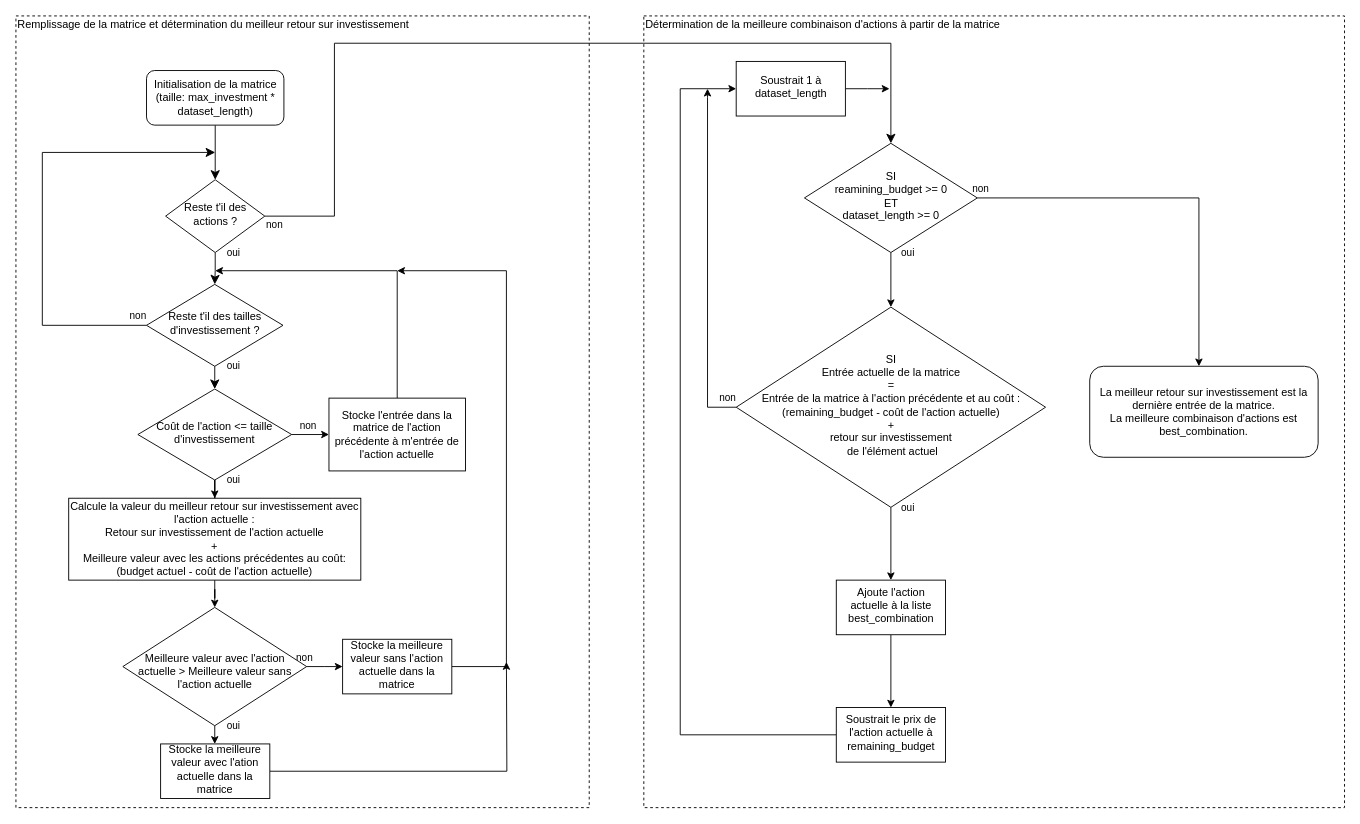
This is Docs/Organigramme FR.drawio from YoannDeb/AlgoInvest, a draw.io file, before an edit. Source tidied: cells renumbered, new cells numbered last; positions are measured from the earlier drawing's top-left corner, leaving out a move shared by most shapes. Both pictures are drawn from the tidied source at 91%, with x=0, y=0 at pixel (15, 15).
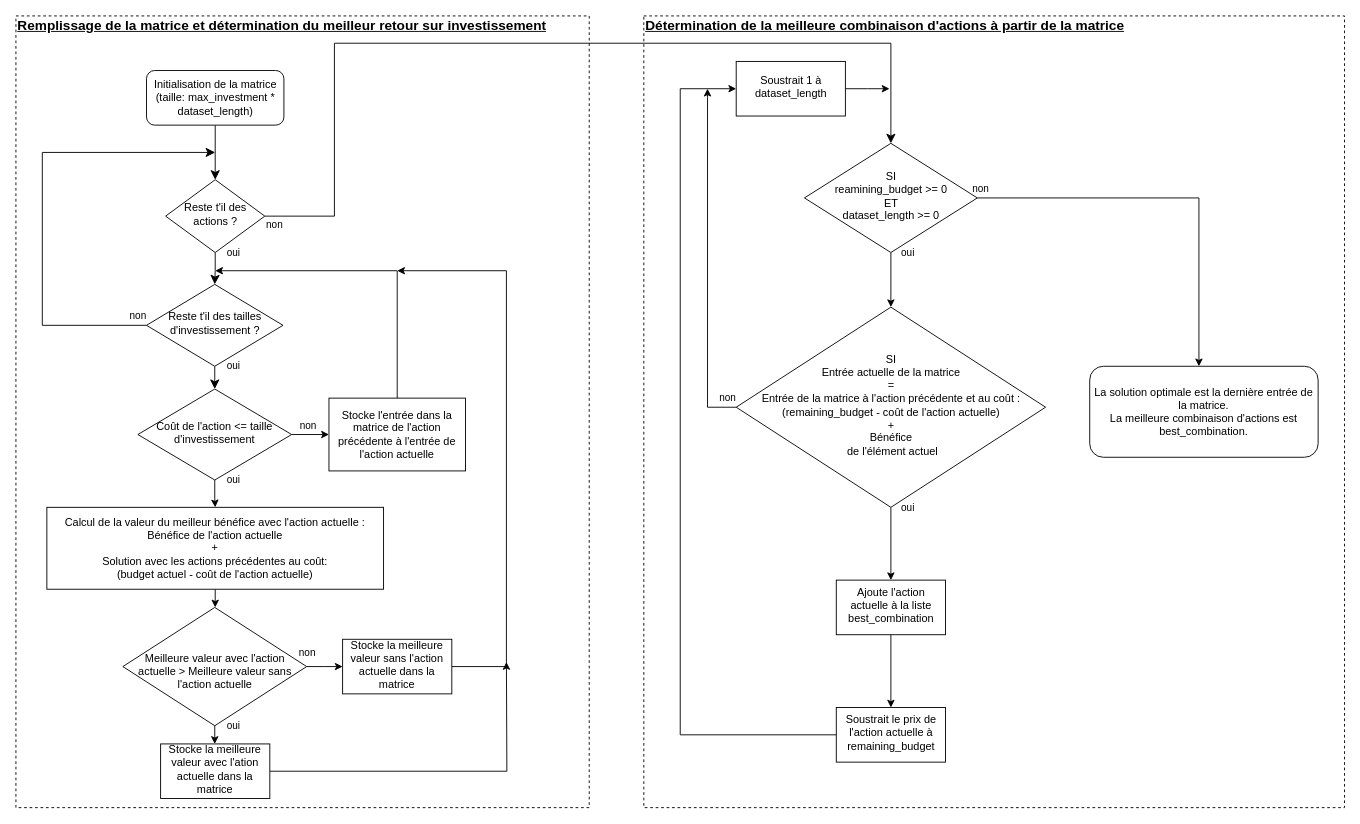
The same diagram, later.

Unchanged cells that the change refers to:
```xml
<mxCell id="32" value="&lt;br&gt;Meilleure valeur avec l'action actuelle &amp;gt; Meilleure valeur sans l'action actuelle" style="rhombus;whiteSpace=wrap;html=1;shadow=0;fontFamily=Helvetica;fontSize=12;align=center;strokeWidth=1;spacing=6;spacingTop=-4;" parent="1" vertex="1">
  <mxGeometry x="117.5" y="650" width="202" height="130" as="geometry" />
</mxCell>
<mxCell id="36" value="&lt;span&gt;Stocke la meilleure valeur sans l'action actuelle dans la matrice&lt;/span&gt;" style="whiteSpace=wrap;html=1;shadow=0;strokeWidth=1;spacing=6;spacingTop=-4;" parent="1" vertex="1">
  <mxGeometry x="359" y="685" width="120" height="60" as="geometry" />
</mxCell>
```

Diff of the diagram source:
```diff
@@
-    <mxCell id="12" value="Calcule la valeur du meilleur retour sur investissement avec l'action actuelle :&lt;br&gt;Retour sur investissement de l'action actuelle&lt;br&gt;+&lt;br&gt;Meilleure valeur avec les actions précédentes au coût: (budget actuel - coût de l'action actuelle)&lt;br&gt;" style="rounded=0;whiteSpace=wrap;html=1;" parent="1" vertex="1">
-      <mxGeometry x="58" y="530" width="321" height="90" as="geometry" />
+    <mxCell id="12" value="Calcul de la valeur du meilleur bénéfice avec l'action actuelle :&lt;br&gt;Bénéfice de l'action actuelle&lt;br&gt;+&lt;br&gt;Solution avec les actions précédentes au coût:&lt;br&gt;(budget actuel - coût de l'action actuelle)" style="rounded=0;whiteSpace=wrap;html=1;" parent="1" vertex="1">
+      <mxGeometry x="34" y="540" width="370" height="90" as="geometry" />
     </mxCell>
@@
-    <mxCell id="17" value="Stocke l'entrée dans la matrice de l'action précédente à m'entrée de l'action actuelle" style="rounded=0;whiteSpace=wrap;html=1;" parent="1" vertex="1">
+    <mxCell id="17" value="Stocke l'entrée dans la matrice de l'action précédente à l'entrée de l'action actuelle" style="rounded=0;whiteSpace=wrap;html=1;" parent="1" vertex="1">
       <mxGeometry x="344" y="420" width="150" height="80" as="geometry" />
     </mxCell>
@@
-    <mxCell id="24" value="SI&lt;br&gt;Entrée actuelle de la matrice&lt;br&gt;=&lt;br&gt;Entrée de la matrice à l'action précédente et au coût : &lt;br&gt;(remaining_budget - coût de l'action actuelle)&lt;br&gt;+&lt;br&gt;retour sur investissement&lt;br&gt;&amp;nbsp;de l'élément actuel" style="rhombus;whiteSpace=wrap;html=1;shadow=0;fontFamily=Helvetica;fontSize=12;align=center;strokeWidth=1;spacing=6;spacingTop=-4;" parent="1" vertex="1">
+    <mxCell id="24" value="SI&lt;br&gt;Entrée actuelle de la matrice&lt;br&gt;=&lt;br&gt;Entrée de la matrice à l'action précédente et au coût : &lt;br&gt;(remaining_budget - coût de l'action actuelle)&lt;br&gt;+&lt;br&gt;Bénéfice&lt;br&gt;&amp;nbsp;de l'élément actuel" style="rhombus;whiteSpace=wrap;html=1;shadow=0;fontFamily=Helvetica;fontSize=12;align=center;strokeWidth=1;spacing=6;spacingTop=-4;" parent="1" vertex="1">
       <mxGeometry x="791.5" y="320" width="340" height="220" as="geometry" />
     </mxCell>
@@
-    <mxCell id="29" value="La meilleur retour sur investissement est la dernière entrée de la matrice.&lt;br&gt;La meilleure combinaison d'actions est best_combination." style="rounded=1;whiteSpace=wrap;html=1;" parent="1" vertex="1">
+    <mxCell id="29" value="La solution optimale est la dernière entrée de la matrice.&lt;br&gt;La meilleure combinaison d'actions est best_combination." style="rounded=1;whiteSpace=wrap;html=1;" parent="1" vertex="1">
       <mxGeometry x="1180" y="385" width="251" height="100" as="geometry" />
     </mxCell>
@@
     <mxCell id="31" value="non" style="edgeStyle=orthogonalEdgeStyle;rounded=0;jettySize=auto;html=1;" parent="1" edge="1" source="32" target="36">
-      <mxGeometry x="-1" y="10" relative="1" as="geometry">
-        <mxPoint x="-3" as="offset" />
-      </mxGeometry>
+      <mxGeometry x="-0.98" y="15" relative="1" as="geometry" />
     </mxCell>
@@
-    <mxCell id="37" value="Remplissage de la matrice et détermination du meilleur retour sur investissement" style="text;html=1;align=left;verticalAlign=middle;fillColor=none;strokeColor=none;rounded=0;dashed=1;" parent="1" vertex="1">
-      <mxGeometry width="450" height="20" as="geometry" />
+    <mxCell id="37" value="&lt;font style=&quot;font-size: 15px&quot;&gt;&lt;b&gt;&lt;u&gt;Remplissage de la matrice et détermination du meilleur retour sur investissement&lt;/u&gt;&lt;/b&gt;&lt;/font&gt;" style="text;html=1;align=left;verticalAlign=middle;fillColor=none;strokeColor=none;rounded=0;dashed=1;" parent="1" vertex="1">
+      <mxGeometry width="600" height="20" as="geometry" />
     </mxCell>
-    <mxCell id="38" value="Détermination de la meilleure combinaison d'actions à partir de la matrice" style="text;html=1;align=left;verticalAlign=middle;fillColor=none;strokeColor=none;rounded=0;dashed=1;" parent="1" vertex="1">
-      <mxGeometry x="690" width="410" height="20" as="geometry" />
+    <mxCell id="38" value="&lt;font style=&quot;font-size: 15px&quot;&gt;&lt;b&gt;&lt;u&gt;Détermination de la meilleure combinaison d'actions à partir de la matrice&lt;/u&gt;&lt;/b&gt;&lt;/font&gt;" style="text;html=1;align=left;verticalAlign=middle;fillColor=none;strokeColor=none;rounded=0;dashed=1;" parent="1" vertex="1">
+      <mxGeometry x="690" width="540" height="20" as="geometry" />
     </mxCell>
```
